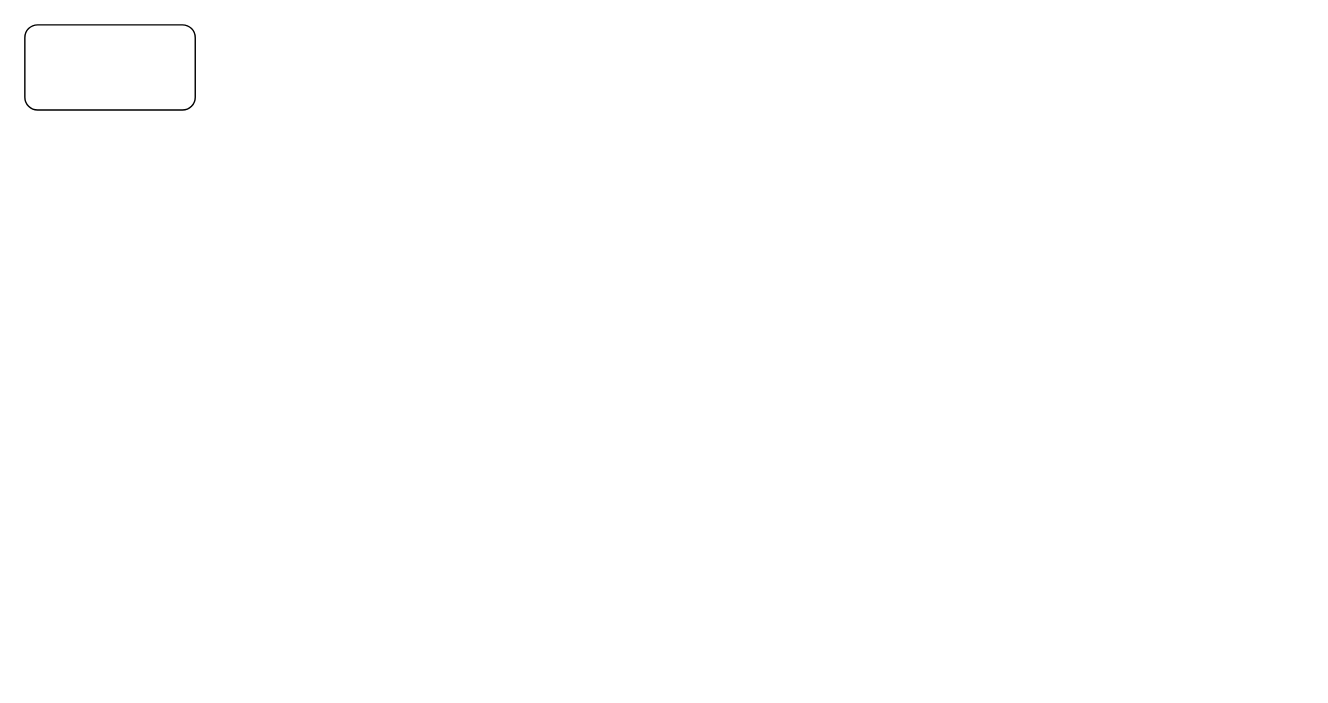
Above: RecSys_HW2.drawio in Wang-Jian-An/Recommandation_System (draw.io), before the change. Source tidied: cells renumbered, new cells numbered last; positions are measured from the earlier drawing's top-left corner, leaving out a move shared by most shapes. Both pictures are drawn from the tidied source at 142%, with x=0, y=0 at pixel (24, 24).
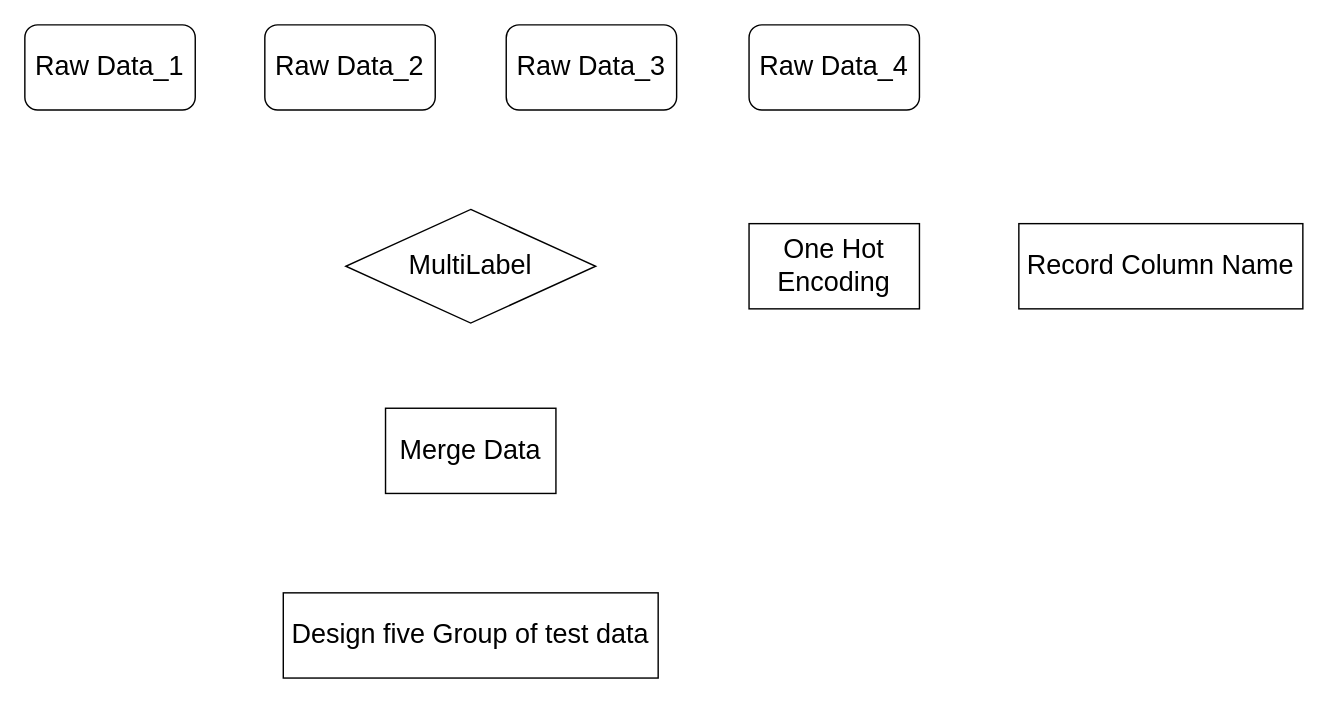
After the change.

Diff of the diagram source:
```diff
@@
 <mxGraphModel>
   <root>
     <mxCell id="0" />
     <mxCell id="1" parent="0" />
-    <mxCell id="2" style="rounded=1;whiteSpace=wrap;html=1;" parent="1" vertex="1">
+    <mxCell id="2" value="Raw Data_1" style="rounded=1;whiteSpace=wrap;html=1;fontSize=19;" parent="1" vertex="1">
       <mxGeometry width="120" height="60" as="geometry" />
     </mxCell>
+    <mxCell id="3" value="Raw Data_2" style="rounded=1;whiteSpace=wrap;html=1;fontSize=19;" parent="1" vertex="1">
+      <mxGeometry x="169" width="120" height="60" as="geometry" />
+    </mxCell>
+    <mxCell id="4" value="Raw Data_3" style="rounded=1;whiteSpace=wrap;html=1;fontSize=19;" parent="1" vertex="1">
+      <mxGeometry x="339" width="120" height="60" as="geometry" />
+    </mxCell>
+    <mxCell id="5" value="Raw Data_4" style="rounded=1;whiteSpace=wrap;html=1;fontSize=19;" parent="1" vertex="1">
+      <mxGeometry x="510" width="120" height="60" as="geometry" />
+    </mxCell>
+    <mxCell id="6" value="One Hot Encoding" style="rounded=0;whiteSpace=wrap;html=1;fontSize=19;" parent="1" vertex="1">
+      <mxGeometry x="510" y="140" width="120" height="60" as="geometry" />
+    </mxCell>
+    <mxCell id="7" value="MultiLabel" style="rhombus;whiteSpace=wrap;html=1;fontSize=19;" parent="1" vertex="1">
+      <mxGeometry x="226" y="130" width="176" height="80" as="geometry" />
+    </mxCell>
+    <mxCell id="8" value="Merge Data" style="rounded=0;whiteSpace=wrap;html=1;fontSize=19;" parent="1" vertex="1">
+      <mxGeometry x="254" y="270" width="120" height="60" as="geometry" />
+    </mxCell>
+    <mxCell id="9" value="Record Column Name" style="rounded=0;whiteSpace=wrap;html=1;fontSize=19;" parent="1" vertex="1">
+      <mxGeometry x="700" y="140" width="200" height="60" as="geometry" />
+    </mxCell>
+    <mxCell id="10" value="Design five Group of test data" style="rounded=0;whiteSpace=wrap;html=1;fontSize=19;" parent="1" vertex="1">
+      <mxGeometry x="182" y="400" width="264" height="60" as="geometry" />
+    </mxCell>
   </root>
 </mxGraphModel>
```
